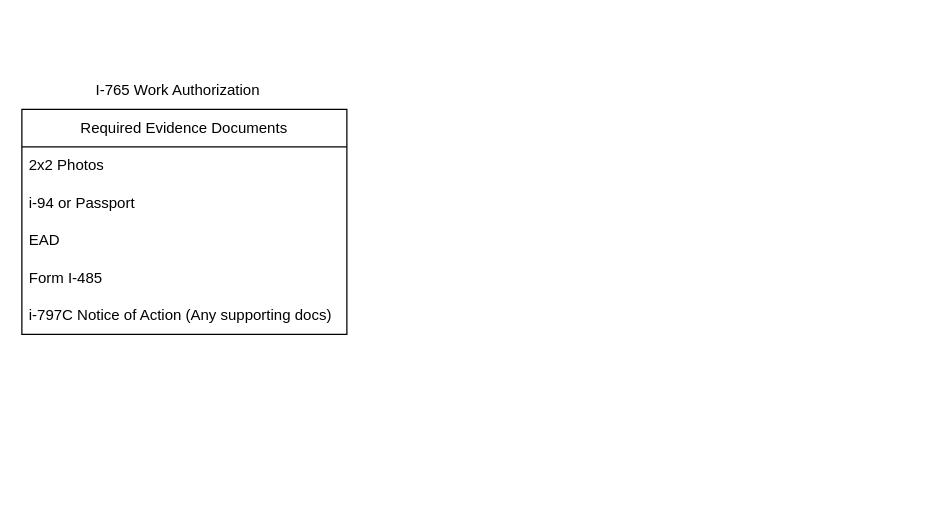
This is page "I-765 Work Authorization" (4 of 7) of Architecture.drawio from Nabeel-etx/law-draw-io, a draw.io file, before an edit. Source tidied: cells renumbered, new cells numbered last; positions are measured from the earlier drawing's top-left corner, leaving out a move shared by most shapes. Both pictures are drawn from the tidied source at 125%, with x=0, y=0 at pixel (21, 71).
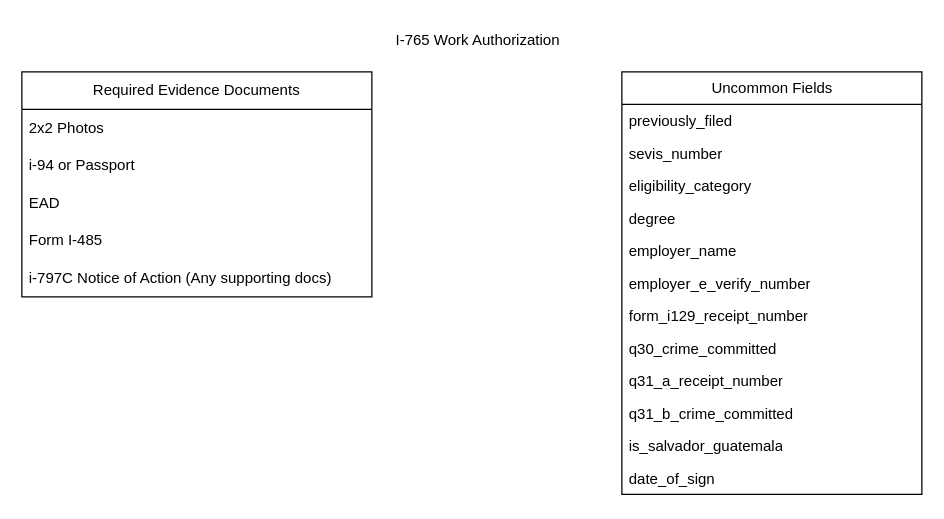
The same diagram, later.

Commit message (it also covers changes not shown here):
added uncommon fields for I-765

Change to the diagram source:
```diff
@@
     <mxCell id="2" value="Required Evidence Documents" style="swimlane;fontStyle=0;horizontal=1;startSize=30;whiteSpace=wrap;html=1;" parent="1" vertex="1">
-      <mxGeometry y="30" width="260" height="180" as="geometry" />
+      <mxGeometry width="280" height="180" as="geometry" />
     </mxCell>
     <mxCell id="3" value="2x2 Photos" style="text;strokeColor=none;fillColor=none;align=left;verticalAlign=middle;spacingLeft=4;spacingRight=4;overflow=hidden;whiteSpace=wrap;html=1;" parent="2" vertex="1">
-      <mxGeometry y="30" width="260" height="30" as="geometry" />
+      <mxGeometry y="30" width="280" height="30" as="geometry" />
     </mxCell>
     <mxCell id="4" value="i-94 or Passport" style="text;strokeColor=none;fillColor=none;align=left;verticalAlign=middle;spacingLeft=4;spacingRight=4;overflow=hidden;whiteSpace=wrap;html=1;" parent="2" vertex="1">
-      <mxGeometry y="60" width="260" height="30" as="geometry" />
+      <mxGeometry y="60" width="280" height="30" as="geometry" />
     </mxCell>
     <mxCell id="5" value="EAD" style="text;strokeColor=none;fillColor=none;align=left;verticalAlign=middle;spacingLeft=4;spacingRight=4;overflow=hidden;whiteSpace=wrap;html=1;" parent="2" vertex="1">
-      <mxGeometry y="90" width="260" height="30" as="geometry" />
+      <mxGeometry y="90" width="280" height="30" as="geometry" />
     </mxCell>
     <mxCell id="6" value="Form I-485" style="text;strokeColor=none;fillColor=none;align=left;verticalAlign=middle;spacingLeft=4;spacingRight=4;overflow=hidden;whiteSpace=wrap;html=1;" parent="2" vertex="1">
-      <mxGeometry y="120" width="260" height="30" as="geometry" />
+      <mxGeometry y="120" width="280" height="30" as="geometry" />
     </mxCell>
     <mxCell id="7" value="i-797C Notice of Action (Any supporting docs)" style="text;strokeColor=none;fillColor=none;align=left;verticalAlign=middle;spacingLeft=4;spacingRight=4;overflow=hidden;whiteSpace=wrap;html=1;" parent="2" vertex="1">
-      <mxGeometry y="150" width="260" height="30" as="geometry" />
+      <mxGeometry y="150" width="280" height="30" as="geometry" />
     </mxCell>
     <mxCell id="8" value="I-765 Work Authorization" style="text;html=1;whiteSpace=wrap;strokeColor=none;fillColor=none;align=center;verticalAlign=middle;rounded=0;" parent="1" vertex="1">
-      <mxGeometry width="250" height="30" as="geometry" />
+      <mxGeometry x="240" y="-40" width="250" height="30" as="geometry" />
     </mxCell>
+    <mxCell id="9" value="Uncommon Fields" style="swimlane;fontStyle=0;horizontal=1;startSize=26;fillColor=none;html=1;" parent="1" vertex="1">
+      <mxGeometry x="480" width="240" height="338" as="geometry" />
+    </mxCell>
+    <mxCell id="10" value="previously_filed" style="text;strokeColor=none;fillColor=none;align=left;verticalAlign=top;spacingLeft=4;spacingRight=4;overflow=hidden;whiteSpace=wrap;html=1;" parent="9" vertex="1">
+      <mxGeometry y="26" width="240" height="26" as="geometry" />
+    </mxCell>
+    <mxCell id="11" value="sevis_number" style="text;strokeColor=none;fillColor=none;align=left;verticalAlign=top;spacingLeft=4;spacingRight=4;overflow=hidden;whiteSpace=wrap;html=1;" parent="9" vertex="1">
+      <mxGeometry y="52" width="240" height="26" as="geometry" />
+    </mxCell>
+    <mxCell id="12" value="eligibility_category" style="text;strokeColor=none;fillColor=none;align=left;verticalAlign=top;spacingLeft=4;spacingRight=4;overflow=hidden;whiteSpace=wrap;html=1;" parent="9" vertex="1">
+      <mxGeometry y="78" width="240" height="26" as="geometry" />
+    </mxCell>
+    <mxCell id="13" value="degree" style="text;strokeColor=none;fillColor=none;align=left;verticalAlign=top;spacingLeft=4;spacingRight=4;overflow=hidden;whiteSpace=wrap;html=1;" parent="9" vertex="1">
+      <mxGeometry y="104" width="240" height="26" as="geometry" />
+    </mxCell>
+    <mxCell id="14" value="employer_name" style="text;strokeColor=none;fillColor=none;align=left;verticalAlign=top;spacingLeft=4;spacingRight=4;overflow=hidden;whiteSpace=wrap;html=1;" parent="9" vertex="1">
+      <mxGeometry y="130" width="240" height="26" as="geometry" />
+    </mxCell>
+    <mxCell id="15" value="employer_e_verify_number" style="text;strokeColor=none;fillColor=none;align=left;verticalAlign=top;spacingLeft=4;spacingRight=4;overflow=hidden;whiteSpace=wrap;html=1;" parent="9" vertex="1">
+      <mxGeometry y="156" width="240" height="26" as="geometry" />
+    </mxCell>
+    <mxCell id="16" value="form_i129_receipt_number" style="text;strokeColor=none;fillColor=none;align=left;verticalAlign=top;spacingLeft=4;spacingRight=4;overflow=hidden;whiteSpace=wrap;html=1;" parent="9" vertex="1">
+      <mxGeometry y="182" width="240" height="26" as="geometry" />
+    </mxCell>
+    <mxCell id="17" value="q30_crime_committed" style="text;strokeColor=none;fillColor=none;align=left;verticalAlign=top;spacingLeft=4;spacingRight=4;overflow=hidden;whiteSpace=wrap;html=1;" parent="9" vertex="1">
+      <mxGeometry y="208" width="240" height="26" as="geometry" />
+    </mxCell>
+    <mxCell id="18" value="q31_a_receipt_number" style="text;strokeColor=none;fillColor=none;align=left;verticalAlign=top;spacingLeft=4;spacingRight=4;overflow=hidden;whiteSpace=wrap;html=1;" parent="9" vertex="1">
+      <mxGeometry y="234" width="240" height="26" as="geometry" />
+    </mxCell>
+    <mxCell id="19" value="q31_b_crime_committed" style="text;strokeColor=none;fillColor=none;align=left;verticalAlign=top;spacingLeft=4;spacingRight=4;overflow=hidden;whiteSpace=wrap;html=1;" parent="9" vertex="1">
+      <mxGeometry y="260" width="240" height="26" as="geometry" />
+    </mxCell>
+    <mxCell id="20" value="is_salvador_guatemala" style="text;strokeColor=none;fillColor=none;align=left;verticalAlign=top;spacingLeft=4;spacingRight=4;overflow=hidden;whiteSpace=wrap;html=1;" parent="9" vertex="1">
+      <mxGeometry y="286" width="240" height="26" as="geometry" />
+    </mxCell>
+    <mxCell id="21" value="date_of_sign" style="text;strokeColor=none;fillColor=none;align=left;verticalAlign=top;spacingLeft=4;spacingRight=4;overflow=hidden;whiteSpace=wrap;html=1;" parent="9" vertex="1">
+      <mxGeometry y="312" width="240" height="26" as="geometry" />
+    </mxCell>
```
